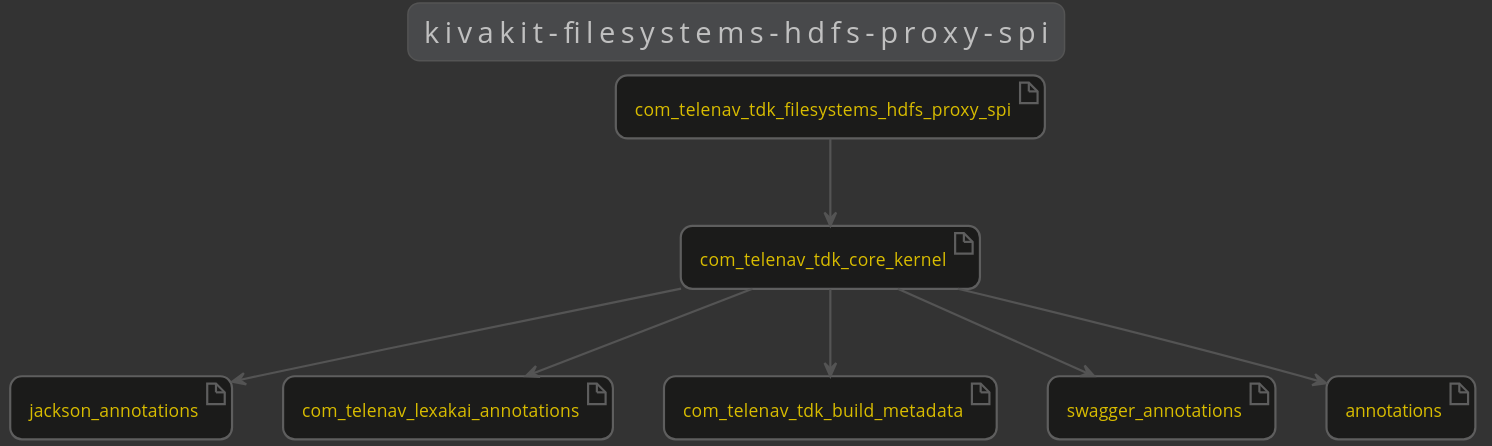
This is kivakit-filesystems/hdfs-proxy-spi/documentation/diagrams/dependencies.svg from Telenav/kivakit, a PlantUML export, as it was before one commit. Source of this version:
```plantuml
@startuml

    !include ../lexakai.theme

    title "kivakit-filesystems-hdfs-proxy-spi"

    artifact jackson_annotations
    artifact com_telenav_lexakai_annotations
    artifact com_telenav_tdk_build_metadata
    artifact com_telenav_tdk_core_kernel
    artifact com_telenav_tdk_filesystems_hdfs_proxy_spi
    artifact swagger_annotations
    artifact annotations
    com_telenav_tdk_core_kernel --> annotations
    com_telenav_tdk_core_kernel --> com_telenav_lexakai_annotations
    com_telenav_tdk_core_kernel --> com_telenav_tdk_build_metadata
    com_telenav_tdk_core_kernel --> jackson_annotations
    com_telenav_tdk_core_kernel --> swagger_annotations
    com_telenav_tdk_filesystems_hdfs_proxy_spi --> com_telenav_tdk_core_kernel

@enduml
```
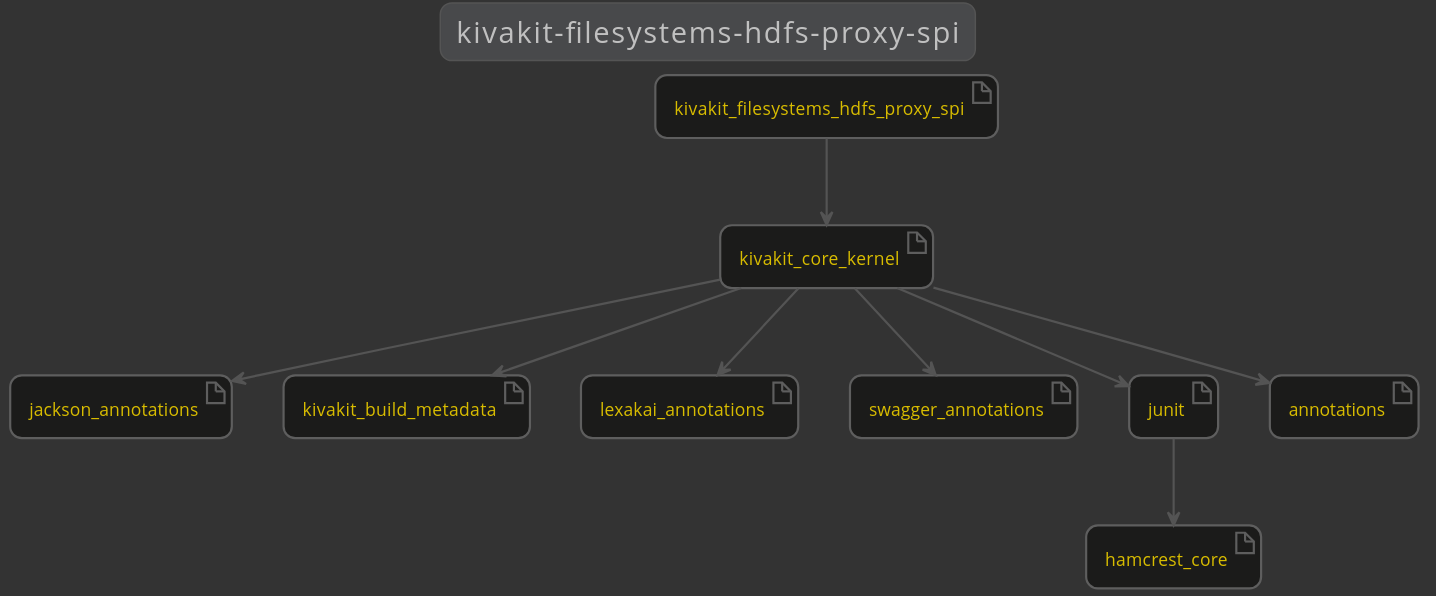
Above is the later version.

What changed in the source:
```diff
@@ -5,17 +5,21 @@
     title "kivakit-filesystems-hdfs-proxy-spi"
 
     artifact jackson_annotations
-    artifact com_telenav_lexakai_annotations
-    artifact com_telenav_tdk_build_metadata
-    artifact com_telenav_tdk_core_kernel
-    artifact com_telenav_tdk_filesystems_hdfs_proxy_spi
+    artifact kivakit_build_metadata
+    artifact kivakit_core_kernel
+    artifact kivakit_filesystems_hdfs_proxy_spi
+    artifact lexakai_annotations
     artifact swagger_annotations
+    artifact junit
+    artifact hamcrest_core
     artifact annotations
-    com_telenav_tdk_core_kernel --> annotations
-    com_telenav_tdk_core_kernel --> com_telenav_lexakai_annotations
-    com_telenav_tdk_core_kernel --> com_telenav_tdk_build_metadata
-    com_telenav_tdk_core_kernel --> jackson_annotations
-    com_telenav_tdk_core_kernel --> swagger_annotations
-    com_telenav_tdk_filesystems_hdfs_proxy_spi --> com_telenav_tdk_core_kernel
+    junit --> hamcrest_core
+    kivakit_core_kernel --> annotations
+    kivakit_core_kernel --> jackson_annotations
+    kivakit_core_kernel --> junit
+    kivakit_core_kernel --> kivakit_build_metadata
+    kivakit_core_kernel --> lexakai_annotations
+    kivakit_core_kernel --> swagger_annotations
+    kivakit_filesystems_hdfs_proxy_spi --> kivakit_core_kernel
 
 @enduml
```
